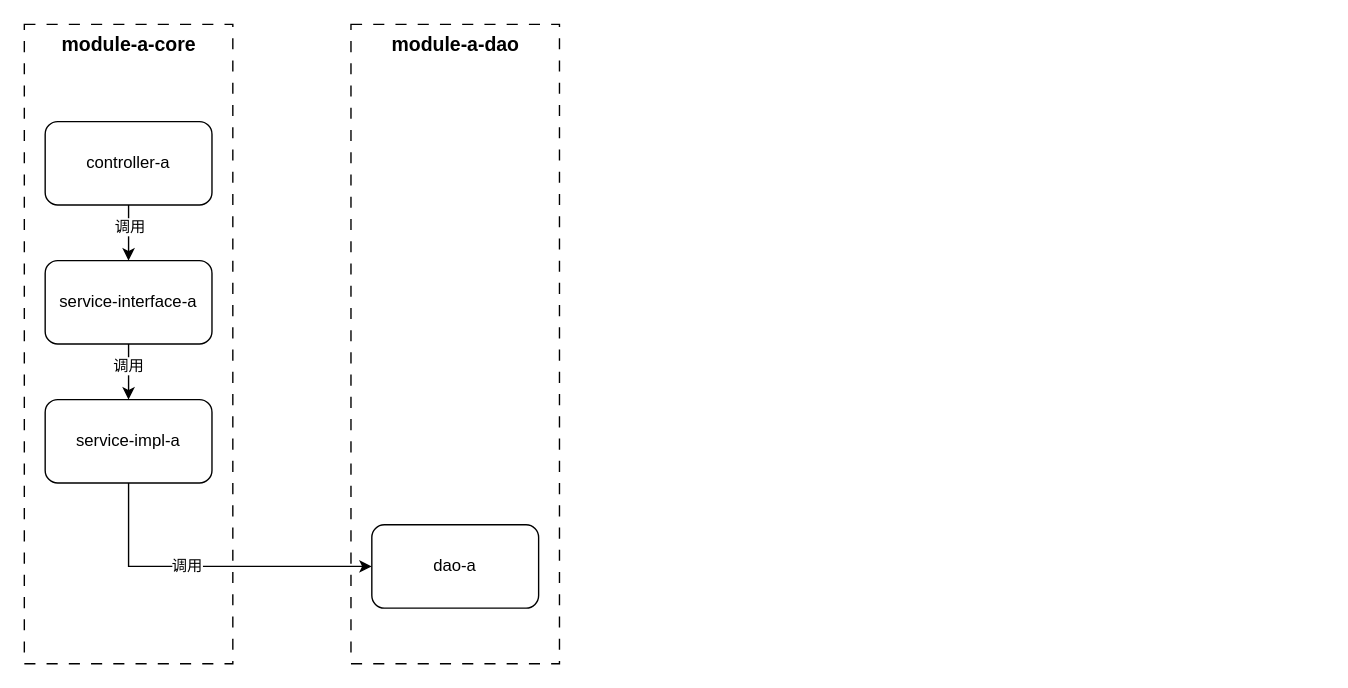
This is 单模块分层设计（无内部扩展接口）-多模块案例版.drawio from codeyunze/drawio, a draw.io file, before an edit. Source tidied: cells renumbered, new cells numbered last; positions are measured from the earlier drawing's top-left corner, leaving out a move shared by most shapes. Both pictures are drawn from the tidied source at 139%, with x=0, y=0 at pixel (24, 24).
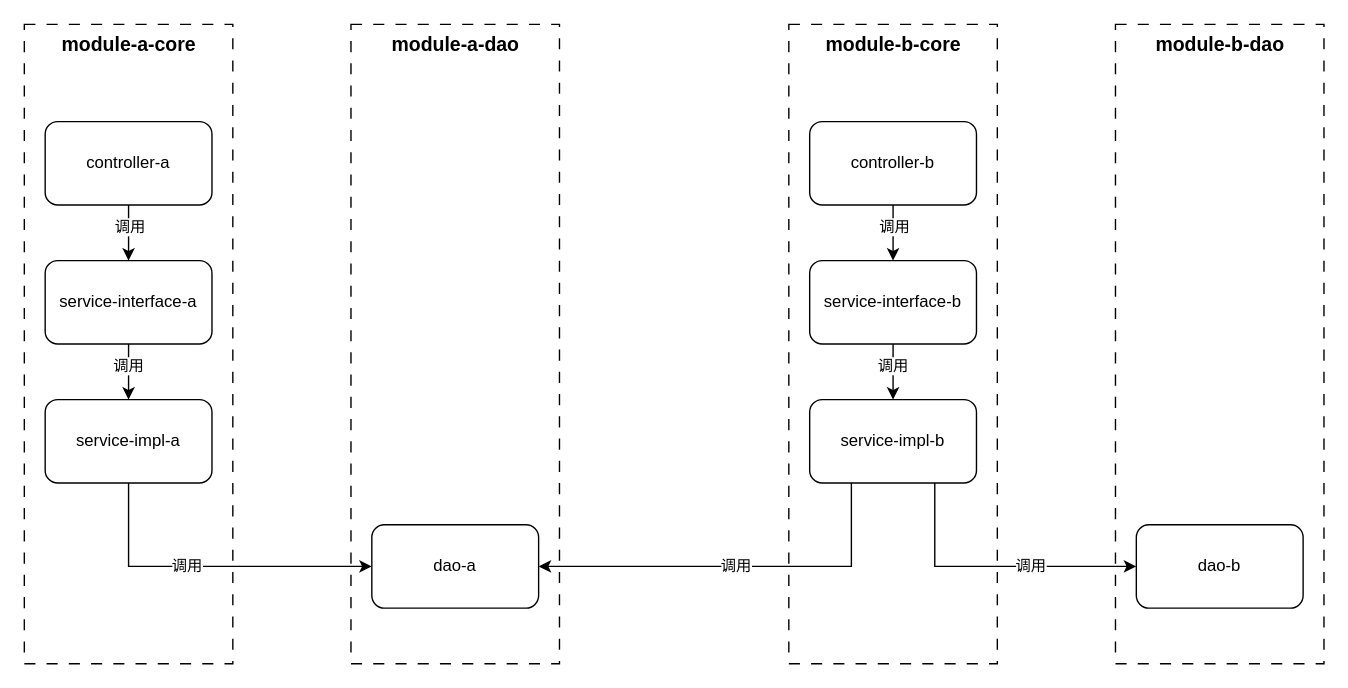
The same page after the edit.

Commit message (it also covers changes not shown here):
更新单模块分层设计（无内部扩展接口）-多模块案例版.drawio

The change refers to these unchanged cells:
```xml
<mxCell id="14" value="&lt;span style=&quot;background-color: transparent; color: light-dark(rgb(0, 0, 0), rgb(255, 255, 255));&quot;&gt;dao-a&lt;/span&gt;" style="rounded=1;whiteSpace=wrap;html=1;" parent="1" vertex="1">
  <mxGeometry x="250" y="360" width="120" height="60" as="geometry" />
</mxCell>
```

What changed in the source:
```diff
@@
+    <mxCell id="16" style="rounded=0;whiteSpace=wrap;html=1;dashed=1;dashPattern=8 8;" parent="1" vertex="1">
+      <mxGeometry x="785" width="150" height="460" as="geometry" />
+    </mxCell>
+    <mxCell id="17" style="rounded=0;whiteSpace=wrap;html=1;dashed=1;dashPattern=8 8;" parent="1" vertex="1">
+      <mxGeometry x="550" width="150" height="460" as="geometry" />
+    </mxCell>
+    <mxCell id="18" style="edgeStyle=orthogonalEdgeStyle;rounded=0;jettySize=auto;html=1;exitX=0.5;exitY=1;exitDx=0;exitDy=0;" parent="1" edge="1" source="20" target="23">
+      <mxGeometry relative="1" as="geometry" />
+    </mxCell>
+    <mxCell id="19" value="调用" style="edgeLabel;html=1;align=center;verticalAlign=middle;" parent="18" vertex="1">
+      <mxGeometry x="-0.23" relative="1" as="geometry" />
+    </mxCell>
+    <mxCell id="20" value="&lt;span style=&quot;background-color: transparent; color: light-dark(rgb(0, 0, 0), rgb(255, 255, 255));&quot;&gt;controller-b&lt;/span&gt;" style="rounded=1;whiteSpace=wrap;html=1;" parent="1" vertex="1">
+      <mxGeometry x="565" y="70" width="120" height="60" as="geometry" />
+    </mxCell>
+    <mxCell id="21" style="edgeStyle=orthogonalEdgeStyle;rounded=0;jettySize=auto;html=1;exitX=0.5;exitY=1;exitDx=0;exitDy=0;" parent="1" edge="1" source="23" target="27">
+      <mxGeometry relative="1" as="geometry" />
+    </mxCell>
+    <mxCell id="22" value="调用" style="edgeLabel;html=1;align=center;verticalAlign=middle;" parent="21" vertex="1">
+      <mxGeometry x="-0.23" y="-1" relative="1" as="geometry" />
+    </mxCell>
+    <mxCell id="23" value="&lt;span style=&quot;background-color: transparent; color: light-dark(rgb(0, 0, 0), rgb(255, 255, 255));&quot;&gt;service-&lt;/span&gt;&lt;span style=&quot;background-color: transparent; color: light-dark(rgb(0, 0, 0), rgb(255, 255, 255));&quot;&gt;interface-b&lt;/span&gt;" style="rounded=1;whiteSpace=wrap;html=1;" parent="1" vertex="1">
+      <mxGeometry x="565" y="170" width="120" height="60" as="geometry" />
+    </mxCell>
+    <mxCell id="24" style="edgeStyle=orthogonalEdgeStyle;rounded=0;jettySize=auto;html=1;exitX=0.75;exitY=1;exitDx=0;exitDy=0;entryX=0;entryY=0.5;entryDx=0;entryDy=0;" parent="1" edge="1" source="27" target="29">
+      <mxGeometry relative="1" as="geometry" />
+    </mxCell>
+    <mxCell id="25" value="调用" style="edgeLabel;html=1;align=center;verticalAlign=middle;" parent="24" vertex="1">
+      <mxGeometry x="0.25" y="1" relative="1" as="geometry" />
+    </mxCell>
+    <mxCell id="26" value="调用" style="edgeStyle=orthogonalEdgeStyle;rounded=0;jettySize=auto;html=1;exitX=0.25;exitY=1;exitDx=0;exitDy=0;entryX=1;entryY=0.5;entryDx=0;entryDy=0;" parent="1" edge="1" source="27" target="14">
+      <mxGeometry relative="1" as="geometry" />
+    </mxCell>
+    <mxCell id="27" value="&lt;span style=&quot;background-color: transparent; color: light-dark(rgb(0, 0, 0), rgb(255, 255, 255));&quot;&gt;service-impl-b&lt;/span&gt;" style="rounded=1;whiteSpace=wrap;html=1;" parent="1" vertex="1">
+      <mxGeometry x="565" y="270" width="120" height="60" as="geometry" />
+    </mxCell>
+    <mxCell id="28" value="&lt;b&gt;&lt;font style=&quot;font-size: 14px;&quot;&gt;module-b-core&lt;/font&gt;&lt;/b&gt;" style="text;html=1;align=center;verticalAlign=middle;whiteSpace=wrap;rounded=0;" parent="1" vertex="1">
+      <mxGeometry x="558.8" width="132.5" height="30" as="geometry" />
+    </mxCell>
+    <mxCell id="29" value="&lt;span style=&quot;background-color: transparent; color: light-dark(rgb(0, 0, 0), rgb(255, 255, 255));&quot;&gt;dao-b&lt;/span&gt;" style="rounded=1;whiteSpace=wrap;html=1;" parent="1" vertex="1">
+      <mxGeometry x="800" y="360" width="120" height="60" as="geometry" />
+    </mxCell>
+    <mxCell id="30" value="&lt;b&gt;&lt;font style=&quot;font-size: 14px;&quot;&gt;module-b-dao&lt;/font&gt;&lt;/b&gt;" style="text;html=1;align=center;verticalAlign=middle;whiteSpace=wrap;rounded=0;" parent="1" vertex="1">
+      <mxGeometry x="793.8" width="132.5" height="30" as="geometry" />
+    </mxCell>
```
